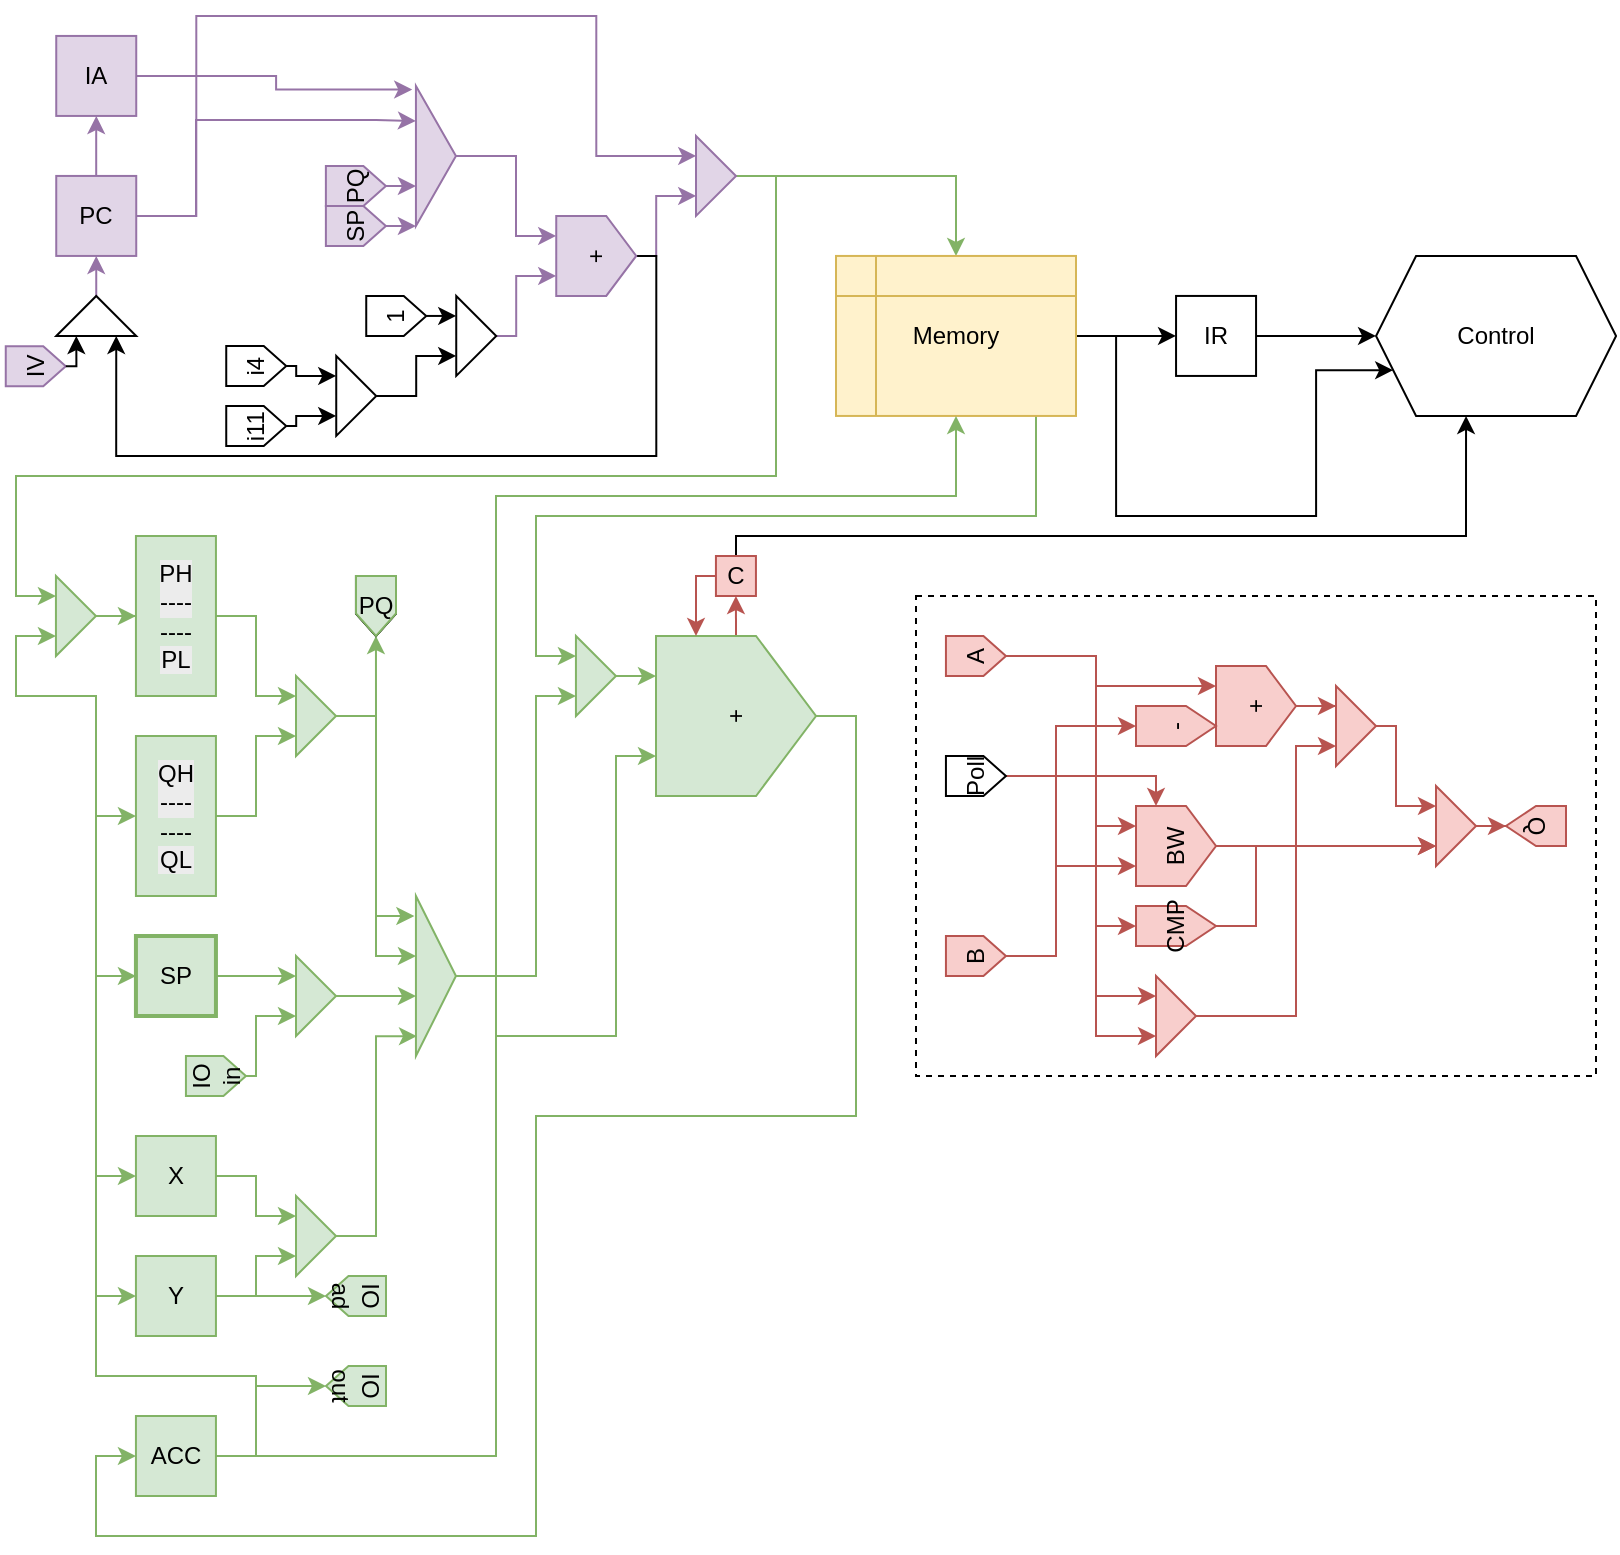
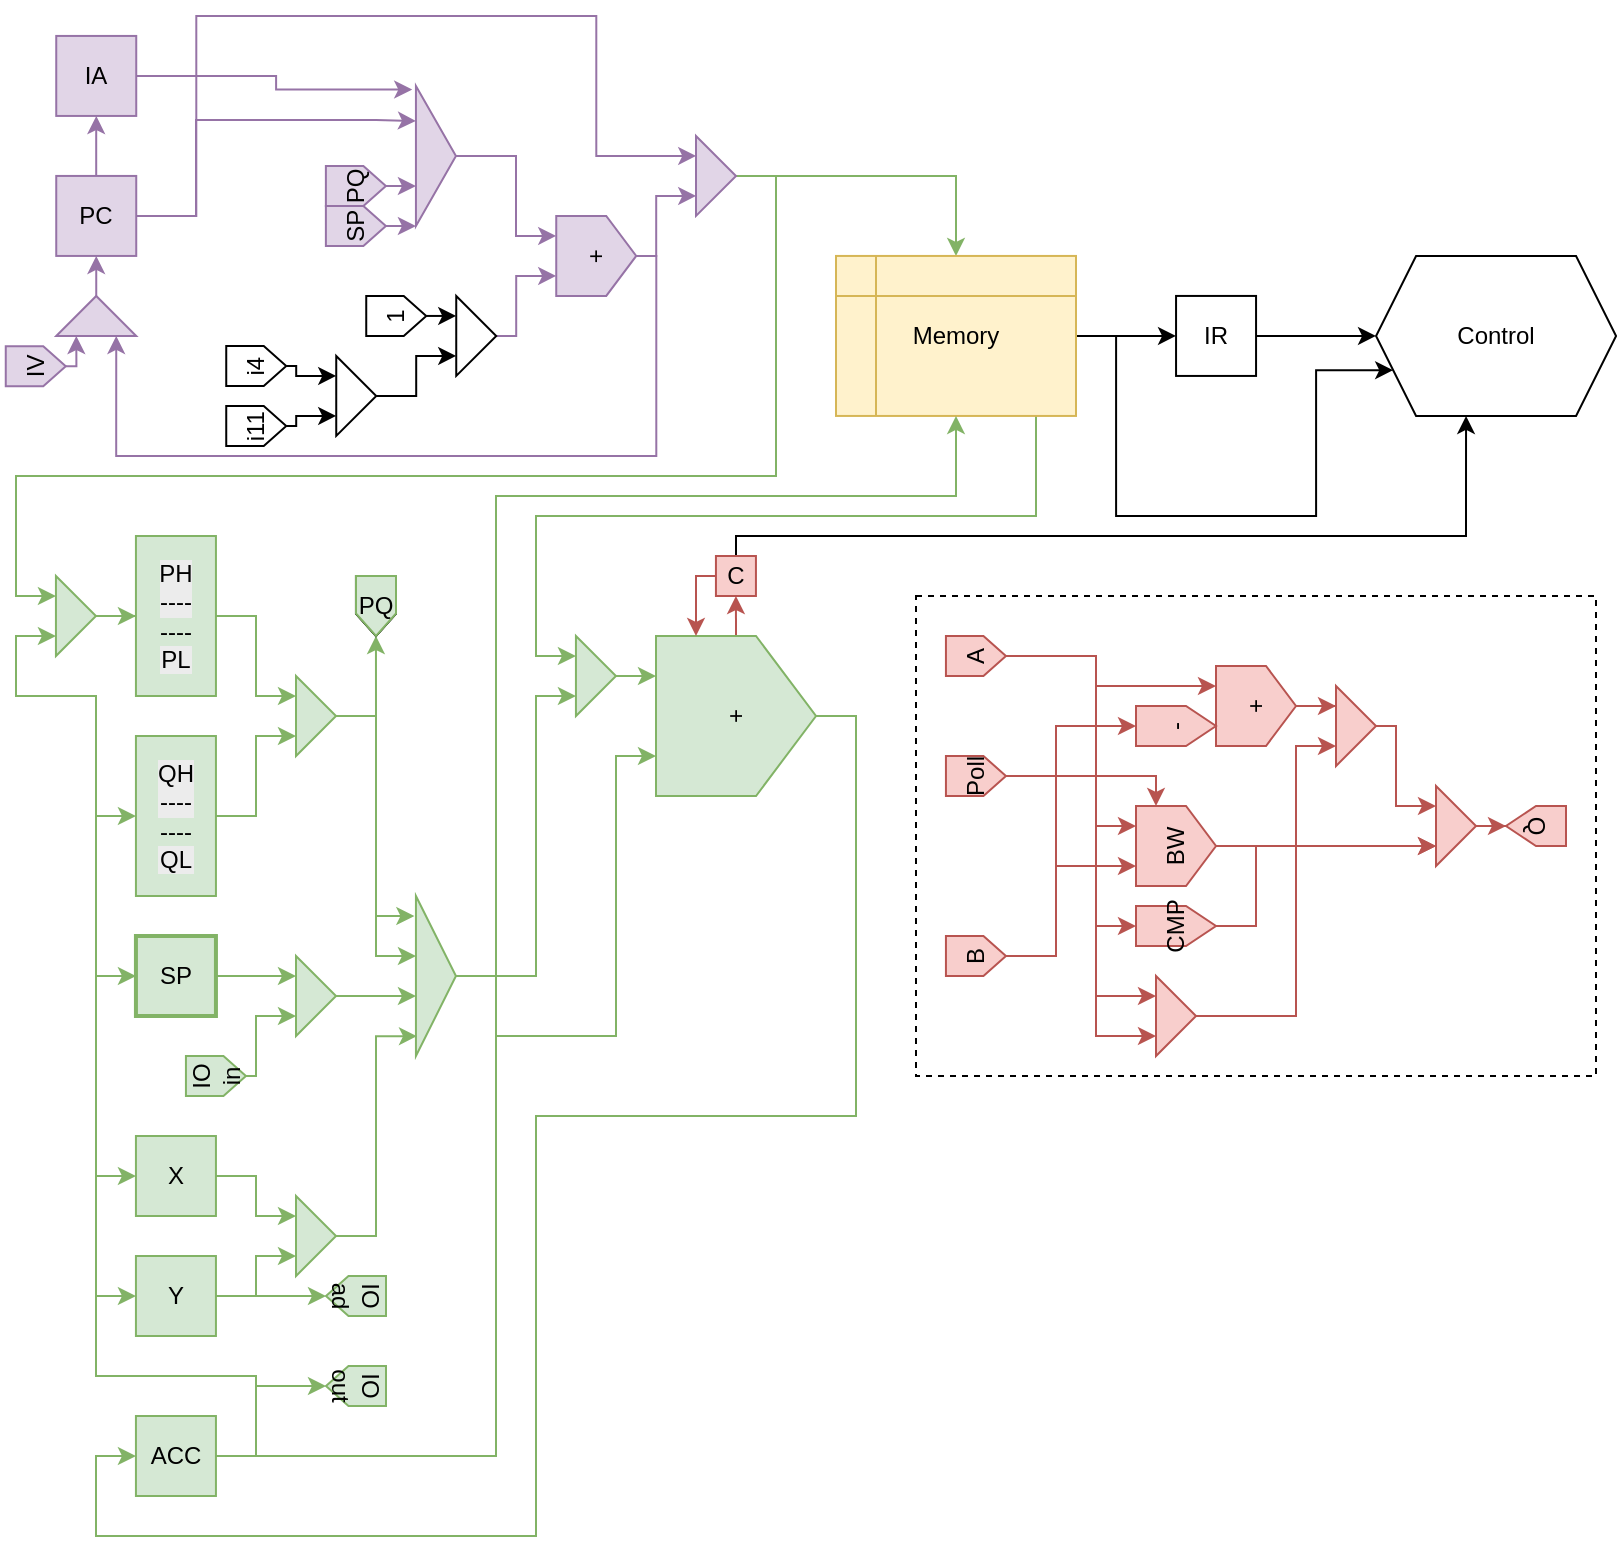
<mxfile host="Electron" agent="Mozilla/5.0 (X11; Linux x86_64) AppleWebKit/537.36 (KHTML, like Gecko) draw.io/29.3.0 Chrome/140.0.7339.249 Electron/38.7.2 Safari/537.36">
  <diagram name="Page-1" id="0T1cLrqxyrK2IeihXZ0G">
-     <mxGraphModel dx="1178" dy="798" grid="1" gridSize="10" guides="1" tooltips="1" connect="1" arrows="1" fold="1" page="1" pageScale="1" pageWidth="850" pageHeight="1100" math="0" shadow="0">
+     <mxGraphModel dx="673" dy="724" grid="1" gridSize="10" guides="1" tooltips="1" connect="1" arrows="1" fold="1" page="1" pageScale="1" pageWidth="850" pageHeight="1100" math="0" shadow="0">
      <root>
        <mxCell id="0" />
        <mxCell id="1" parent="0" />
        <mxCell id="RSVoAMM-YCQZnjBwv_DF-35" parent="1" style="rounded=0;whiteSpace=wrap;html=1;dashed=1;fillColor=none;" value="" vertex="1">
          <mxGeometry height="240" width="340" x="490" y="310" as="geometry" />
        </mxCell>
        <mxCell id="1icYn6jTHXc3_Vs5W4Qy-4" edge="1" parent="1" source="1icYn6jTHXc3_Vs5W4Qy-2" style="edgeStyle=orthogonalEdgeStyle;rounded=0;orthogonalLoop=1;jettySize=auto;html=1;fillColor=#e1d5e7;strokeColor=#9673a6;">
          <mxGeometry relative="1" as="geometry">
            <mxPoint x="80.15" y="70" as="targetPoint" />
          </mxGeometry>
        </mxCell>
        <mxCell id="-Gi4aZ1G2hrnsYfgi-0J-2" edge="1" parent="1" source="1icYn6jTHXc3_Vs5W4Qy-2" style="edgeStyle=orthogonalEdgeStyle;rounded=0;orthogonalLoop=1;jettySize=auto;html=1;exitX=1;exitY=0.5;exitDx=0;exitDy=0;entryX=0;entryY=0.25;entryDx=0;entryDy=0;fillColor=#e1d5e7;strokeColor=#9673a6;" target="-Gi4aZ1G2hrnsYfgi-0J-6">
          <mxGeometry relative="1" as="geometry">
            <Array as="points">
              <mxPoint x="130" y="120" />
              <mxPoint x="130" y="72" />
              <mxPoint x="220" y="72" />
            </Array>
            <mxPoint x="200.12" y="69.97000000000003" as="targetPoint" />
          </mxGeometry>
        </mxCell>
        <mxCell id="1icYn6jTHXc3_Vs5W4Qy-2" parent="1" style="whiteSpace=wrap;html=1;aspect=fixed;fillColor=#e1d5e7;strokeColor=#9673a6;" value="PC" vertex="1">
          <mxGeometry height="40" width="40" x="60.12" y="99.97" as="geometry" />
        </mxCell>
        <mxCell id="-Gi4aZ1G2hrnsYfgi-0J-3" edge="1" parent="1" source="1icYn6jTHXc3_Vs5W4Qy-3" style="edgeStyle=orthogonalEdgeStyle;rounded=0;orthogonalLoop=1;jettySize=auto;html=1;exitX=1;exitY=0.5;exitDx=0;exitDy=0;entryX=-0.093;entryY=0.026;entryDx=0;entryDy=0;entryPerimeter=0;fillColor=#e1d5e7;strokeColor=#9673a6;" target="-Gi4aZ1G2hrnsYfgi-0J-6">
          <mxGeometry relative="1" as="geometry">
            <mxPoint x="200.12" y="49.97000000000003" as="targetPoint" />
          </mxGeometry>
        </mxCell>
        <mxCell id="1icYn6jTHXc3_Vs5W4Qy-3" parent="1" style="whiteSpace=wrap;html=1;aspect=fixed;fillColor=#e1d5e7;strokeColor=#9673a6;" value="IA" vertex="1">
          <mxGeometry height="40" width="40" x="60.12" y="29.97" as="geometry" />
        </mxCell>
        <mxCell id="1icYn6jTHXc3_Vs5W4Qy-6" edge="1" parent="1" source="RSVoAMM-YCQZnjBwv_DF-5" style="edgeStyle=orthogonalEdgeStyle;rounded=0;orthogonalLoop=1;jettySize=auto;html=1;entryX=0.5;entryY=1;entryDx=0;entryDy=0;exitX=1;exitY=0.5;exitDx=0;exitDy=0;fillColor=#e1d5e7;strokeColor=#9673a6;" target="1icYn6jTHXc3_Vs5W4Qy-2">
          <mxGeometry relative="1" as="geometry">
            <mxPoint x="80.13000500250135" y="159.97500250125063" as="sourcePoint" />
          </mxGeometry>
        </mxCell>
        <mxCell id="1icYn6jTHXc3_Vs5W4Qy-13" edge="1" parent="1" source="-Gi4aZ1G2hrnsYfgi-0J-6" style="edgeStyle=orthogonalEdgeStyle;rounded=0;orthogonalLoop=1;jettySize=auto;html=1;entryX=0.75;entryY=0;entryDx=0;entryDy=0;fillColor=#e1d5e7;strokeColor=#9673a6;exitX=1;exitY=0.5;exitDx=0;exitDy=0;" target="1icYn6jTHXc3_Vs5W4Qy-12">
          <mxGeometry relative="1" as="geometry">
            <Array as="points">
              <mxPoint x="260" y="90" />
              <mxPoint x="290" y="90" />
              <mxPoint x="290" y="130" />
            </Array>
            <mxPoint x="280.0899999999999" y="90" as="sourcePoint" />
          </mxGeometry>
        </mxCell>
        <mxCell id="1icYn6jTHXc3_Vs5W4Qy-33" edge="1" parent="1" source="1icYn6jTHXc3_Vs5W4Qy-2" style="edgeStyle=orthogonalEdgeStyle;rounded=0;orthogonalLoop=1;jettySize=auto;html=1;exitX=1;exitY=0.5;exitDx=0;exitDy=0;entryX=0;entryY=0.25;entryDx=0;entryDy=0;fillColor=#e1d5e7;strokeColor=#9673a6;">
          <mxGeometry relative="1" as="geometry">
            <Array as="points">
              <mxPoint x="130.15" y="120" />
              <mxPoint x="130.15" y="20" />
              <mxPoint x="330.15" y="20" />
              <mxPoint x="330.15" y="90" />
            </Array>
            <mxPoint x="380.12" y="89.97000000000003" as="targetPoint" />
          </mxGeometry>
        </mxCell>
        <mxCell id="1icYn6jTHXc3_Vs5W4Qy-32" edge="1" parent="1" source="1icYn6jTHXc3_Vs5W4Qy-12" style="edgeStyle=orthogonalEdgeStyle;rounded=0;orthogonalLoop=1;jettySize=auto;html=1;entryX=0;entryY=0.75;entryDx=0;entryDy=0;fillColor=#e1d5e7;strokeColor=#9673a6;">
          <mxGeometry relative="1" as="geometry">
            <Array as="points">
              <mxPoint x="360.12" y="139.97" />
              <mxPoint x="360.12" y="109.97" />
            </Array>
            <mxPoint x="380.12" y="109.97000000000003" as="targetPoint" />
          </mxGeometry>
        </mxCell>
-         <mxCell id="-Gi4aZ1G2hrnsYfgi-0J-4" edge="1" parent="1" source="1icYn6jTHXc3_Vs5W4Qy-12" style="edgeStyle=orthogonalEdgeStyle;rounded=0;orthogonalLoop=1;jettySize=auto;html=1;exitX=0.5;exitY=1;exitDx=0;exitDy=0;entryX=0;entryY=0.75;entryDx=0;entryDy=0;" target="RSVoAMM-YCQZnjBwv_DF-5">
+         <mxCell id="-Gi4aZ1G2hrnsYfgi-0J-4" edge="1" parent="1" source="1icYn6jTHXc3_Vs5W4Qy-12" style="edgeStyle=orthogonalEdgeStyle;rounded=0;orthogonalLoop=1;jettySize=auto;html=1;exitX=0.5;exitY=1;exitDx=0;exitDy=0;entryX=0;entryY=0.75;entryDx=0;entryDy=0;fillColor=#e1d5e7;strokeColor=#9673a6;" target="RSVoAMM-YCQZnjBwv_DF-5">
          <mxGeometry relative="1" as="geometry">
            <Array as="points">
              <mxPoint x="360.15" y="140" />
              <mxPoint x="360.15" y="240" />
              <mxPoint x="90.15" y="240" />
            </Array>
          </mxGeometry>
        </mxCell>
        <mxCell id="1icYn6jTHXc3_Vs5W4Qy-12" parent="1" style="shape=offPageConnector;whiteSpace=wrap;html=1;rotation=-90;fillColor=#e1d5e7;strokeColor=#9673a6;" value="+" vertex="1">
          <mxGeometry height="40" width="40" x="310.12" y="119.97" as="geometry" />
        </mxCell>
        <mxCell id="1icYn6jTHXc3_Vs5W4Qy-15" edge="1" parent="1" source="1icYn6jTHXc3_Vs5W4Qy-14" style="edgeStyle=orthogonalEdgeStyle;rounded=0;orthogonalLoop=1;jettySize=auto;html=1;exitX=0.5;exitY=1;exitDx=0;exitDy=0;entryX=0;entryY=0.25;entryDx=0;entryDy=0;fillColor=#e1d5e7;strokeColor=#9673a6;">
          <mxGeometry relative="1" as="geometry">
            <mxPoint x="239.97" y="105" as="targetPoint" />
          </mxGeometry>
        </mxCell>
        <mxCell id="1icYn6jTHXc3_Vs5W4Qy-14" parent="1" style="shape=offPageConnector;whiteSpace=wrap;html=1;rotation=-90;fillColor=#e1d5e7;strokeColor=#9673a6;" value="PQ" vertex="1">
          <mxGeometry height="30" width="20" x="199.94" y="89.97" as="geometry" />
        </mxCell>
        <mxCell id="1icYn6jTHXc3_Vs5W4Qy-17" edge="1" parent="1" source="1icYn6jTHXc3_Vs5W4Qy-16" style="edgeStyle=orthogonalEdgeStyle;rounded=0;orthogonalLoop=1;jettySize=auto;html=1;exitX=0.5;exitY=1;exitDx=0;exitDy=0;entryX=0;entryY=0.75;entryDx=0;entryDy=0;fillColor=#e1d5e7;strokeColor=#9673a6;">
          <mxGeometry relative="1" as="geometry">
            <mxPoint x="239.97" y="125" as="targetPoint" />
          </mxGeometry>
        </mxCell>
        <mxCell id="1icYn6jTHXc3_Vs5W4Qy-16" parent="1" style="shape=offPageConnector;whiteSpace=wrap;html=1;rotation=-90;fillColor=#e1d5e7;strokeColor=#9673a6;" value="SP" vertex="1">
          <mxGeometry height="30" width="20" x="199.94" y="109.97" as="geometry" />
        </mxCell>
        <mxCell id="1icYn6jTHXc3_Vs5W4Qy-19" edge="1" parent="1" source="1icYn6jTHXc3_Vs5W4Qy-18" style="edgeStyle=orthogonalEdgeStyle;rounded=0;orthogonalLoop=1;jettySize=auto;html=1;entryX=0.25;entryY=0;entryDx=0;entryDy=0;fillColor=#e1d5e7;strokeColor=#9673a6;" target="1icYn6jTHXc3_Vs5W4Qy-12">
          <mxGeometry relative="1" as="geometry">
            <Array as="points">
              <mxPoint x="290.12" y="179.97" />
              <mxPoint x="290.12" y="149.97" />
            </Array>
          </mxGeometry>
        </mxCell>
        <mxCell id="1icYn6jTHXc3_Vs5W4Qy-18" parent="1" style="triangle;whiteSpace=wrap;html=1;" value="" vertex="1">
          <mxGeometry height="40" width="20" x="260.12" y="159.97" as="geometry" />
        </mxCell>
        <mxCell id="1icYn6jTHXc3_Vs5W4Qy-21" edge="1" parent="1" source="1icYn6jTHXc3_Vs5W4Qy-20" style="edgeStyle=orthogonalEdgeStyle;rounded=0;orthogonalLoop=1;jettySize=auto;html=1;exitX=0.5;exitY=1;exitDx=0;exitDy=0;entryX=0;entryY=0.25;entryDx=0;entryDy=0;" target="1icYn6jTHXc3_Vs5W4Qy-18">
          <mxGeometry relative="1" as="geometry" />
        </mxCell>
        <mxCell id="1icYn6jTHXc3_Vs5W4Qy-20" parent="1" style="shape=offPageConnector;whiteSpace=wrap;html=1;rotation=-90;" value="1" vertex="1">
          <mxGeometry height="30" width="20" x="220.12" y="154.97" as="geometry" />
        </mxCell>
        <mxCell id="1icYn6jTHXc3_Vs5W4Qy-24" edge="1" parent="1" source="1icYn6jTHXc3_Vs5W4Qy-23" style="edgeStyle=orthogonalEdgeStyle;rounded=0;orthogonalLoop=1;jettySize=auto;html=1;entryX=0;entryY=0.75;entryDx=0;entryDy=0;" target="1icYn6jTHXc3_Vs5W4Qy-18">
          <mxGeometry relative="1" as="geometry" />
        </mxCell>
        <mxCell id="1icYn6jTHXc3_Vs5W4Qy-23" parent="1" style="triangle;whiteSpace=wrap;html=1;" value="" vertex="1">
          <mxGeometry height="40" width="20" x="200.12" y="189.97" as="geometry" />
        </mxCell>
        <mxCell id="1icYn6jTHXc3_Vs5W4Qy-26" edge="1" parent="1" source="1icYn6jTHXc3_Vs5W4Qy-25" style="edgeStyle=orthogonalEdgeStyle;rounded=0;orthogonalLoop=1;jettySize=auto;html=1;">
          <mxGeometry relative="1" as="geometry">
            <Array as="points">
              <mxPoint x="180.12" y="194.97" />
              <mxPoint x="180.12" y="199.97" />
            </Array>
            <mxPoint x="200.12" y="199.97" as="targetPoint" />
          </mxGeometry>
        </mxCell>
        <mxCell id="1icYn6jTHXc3_Vs5W4Qy-25" parent="1" style="shape=offPageConnector;whiteSpace=wrap;html=1;rotation=-90;" value="i4" vertex="1">
          <mxGeometry height="30" width="20" x="150.12" y="179.97" as="geometry" />
        </mxCell>
        <mxCell id="1icYn6jTHXc3_Vs5W4Qy-28" edge="1" parent="1" source="1icYn6jTHXc3_Vs5W4Qy-27" style="edgeStyle=orthogonalEdgeStyle;rounded=0;orthogonalLoop=1;jettySize=auto;html=1;entryX=0;entryY=0.75;entryDx=0;entryDy=0;" target="1icYn6jTHXc3_Vs5W4Qy-23">
          <mxGeometry relative="1" as="geometry">
            <Array as="points">
              <mxPoint x="180.12" y="224.97" />
              <mxPoint x="180.12" y="219.97" />
            </Array>
          </mxGeometry>
        </mxCell>
        <mxCell id="1icYn6jTHXc3_Vs5W4Qy-27" parent="1" style="shape=offPageConnector;whiteSpace=wrap;html=1;rotation=-90;" value="i11" vertex="1">
          <mxGeometry height="30" width="20" x="150.12" y="209.97" as="geometry" />
        </mxCell>
        <mxCell id="1icYn6jTHXc3_Vs5W4Qy-29" parent="1" style="shape=offPageConnector;whiteSpace=wrap;html=1;rotation=-90;fillColor=#e1d5e7;strokeColor=#9673a6;" value="IV" vertex="1">
          <mxGeometry height="30" width="20" x="39.88" y="180.09" as="geometry" />
        </mxCell>
-         <mxCell id="1icYn6jTHXc3_Vs5W4Qy-30" edge="1" parent="1" source="1icYn6jTHXc3_Vs5W4Qy-29" style="edgeStyle=orthogonalEdgeStyle;rounded=0;orthogonalLoop=1;jettySize=auto;html=1;">
+         <mxCell id="1icYn6jTHXc3_Vs5W4Qy-30" edge="1" parent="1" source="1icYn6jTHXc3_Vs5W4Qy-29" style="edgeStyle=orthogonalEdgeStyle;rounded=0;orthogonalLoop=1;jettySize=auto;html=1;fillColor=#e1d5e7;strokeColor=#9673a6;">
          <mxGeometry relative="1" as="geometry">
            <Array as="points">
              <mxPoint x="69.91" y="195.12" />
            </Array>
            <mxPoint x="70.15" y="180" as="targetPoint" />
          </mxGeometry>
        </mxCell>
        <mxCell id="1icYn6jTHXc3_Vs5W4Qy-37" edge="1" parent="1" source="1icYn6jTHXc3_Vs5W4Qy-31" style="edgeStyle=orthogonalEdgeStyle;rounded=0;orthogonalLoop=1;jettySize=auto;html=1;fillColor=#d5e8d4;strokeColor=#82b366;" target="1icYn6jTHXc3_Vs5W4Qy-36">
          <mxGeometry relative="1" as="geometry">
            <Array as="points">
              <mxPoint x="510" y="99.97" />
            </Array>
          </mxGeometry>
        </mxCell>
        <mxCell id="-Gi4aZ1G2hrnsYfgi-0J-5" edge="1" parent="1" source="1icYn6jTHXc3_Vs5W4Qy-31" style="edgeStyle=orthogonalEdgeStyle;rounded=0;orthogonalLoop=1;jettySize=auto;html=1;entryX=0;entryY=0.25;entryDx=0;entryDy=0;fillColor=#d5e8d4;strokeColor=#82b366;" target="1icYn6jTHXc3_Vs5W4Qy-49">
          <mxGeometry relative="1" as="geometry">
            <Array as="points">
              <mxPoint x="420" y="100" />
              <mxPoint x="420" y="250" />
              <mxPoint x="40" y="250" />
              <mxPoint x="40" y="310" />
            </Array>
          </mxGeometry>
        </mxCell>
        <mxCell id="1icYn6jTHXc3_Vs5W4Qy-31" parent="1" style="triangle;whiteSpace=wrap;html=1;fillColor=#e1d5e7;strokeColor=#9673a6;" value="" vertex="1">
          <mxGeometry height="40" width="20" x="380" y="79.97" as="geometry" />
        </mxCell>
        <mxCell id="1icYn6jTHXc3_Vs5W4Qy-39" edge="1" parent="1" source="1icYn6jTHXc3_Vs5W4Qy-36" style="edgeStyle=orthogonalEdgeStyle;rounded=0;orthogonalLoop=1;jettySize=auto;html=1;entryX=0;entryY=0.5;entryDx=0;entryDy=0;" target="1icYn6jTHXc3_Vs5W4Qy-38">
          <mxGeometry relative="1" as="geometry" />
        </mxCell>
        <mxCell id="1icYn6jTHXc3_Vs5W4Qy-41" edge="1" parent="1" source="1icYn6jTHXc3_Vs5W4Qy-36" style="edgeStyle=orthogonalEdgeStyle;rounded=0;orthogonalLoop=1;jettySize=auto;html=1;exitX=1;exitY=0.5;exitDx=0;exitDy=0;entryX=0;entryY=0.75;entryDx=0;entryDy=0;" target="1icYn6jTHXc3_Vs5W4Qy-40">
          <mxGeometry relative="1" as="geometry">
            <Array as="points">
              <mxPoint x="590.03" y="180" />
              <mxPoint x="590.03" y="270" />
              <mxPoint x="690.03" y="270" />
              <mxPoint x="690.03" y="197" />
            </Array>
          </mxGeometry>
        </mxCell>
        <mxCell id="1icYn6jTHXc3_Vs5W4Qy-92" edge="1" parent="1" source="1icYn6jTHXc3_Vs5W4Qy-36" style="edgeStyle=orthogonalEdgeStyle;rounded=0;orthogonalLoop=1;jettySize=auto;html=1;exitX=1;exitY=0.5;exitDx=0;exitDy=0;entryX=0;entryY=0.25;entryDx=0;entryDy=0;fillColor=#d5e8d4;strokeColor=#82b366;" target="1icYn6jTHXc3_Vs5W4Qy-89">
          <mxGeometry relative="1" as="geometry">
            <Array as="points">
              <mxPoint x="550" y="180" />
              <mxPoint x="550" y="270" />
              <mxPoint x="300" y="270" />
              <mxPoint x="300" y="340" />
            </Array>
          </mxGeometry>
        </mxCell>
        <mxCell id="1icYn6jTHXc3_Vs5W4Qy-36" parent="1" style="shape=internalStorage;whiteSpace=wrap;html=1;backgroundOutline=1;fillColor=#fff2cc;strokeColor=#d6b656;" value="Memory" vertex="1">
          <mxGeometry height="80" width="120" x="450" y="139.97" as="geometry" />
        </mxCell>
        <mxCell id="1icYn6jTHXc3_Vs5W4Qy-43" edge="1" parent="1" source="1icYn6jTHXc3_Vs5W4Qy-38" style="edgeStyle=orthogonalEdgeStyle;rounded=0;orthogonalLoop=1;jettySize=auto;html=1;entryX=0;entryY=0.5;entryDx=0;entryDy=0;" target="1icYn6jTHXc3_Vs5W4Qy-40">
          <mxGeometry relative="1" as="geometry" />
        </mxCell>
        <mxCell id="1icYn6jTHXc3_Vs5W4Qy-38" parent="1" style="whiteSpace=wrap;html=1;aspect=fixed;" value="IR" vertex="1">
          <mxGeometry height="40" width="40" x="620.03" y="159.97" as="geometry" />
        </mxCell>
        <mxCell id="1icYn6jTHXc3_Vs5W4Qy-40" parent="1" style="shape=hexagon;perimeter=hexagonPerimeter2;whiteSpace=wrap;html=1;fixedSize=1;" value="Control" vertex="1">
          <mxGeometry height="80" width="120" x="720.03" y="139.97" as="geometry" />
        </mxCell>
        <mxCell id="1icYn6jTHXc3_Vs5W4Qy-55" edge="1" parent="1" source="1icYn6jTHXc3_Vs5W4Qy-47" style="edgeStyle=orthogonalEdgeStyle;rounded=0;orthogonalLoop=1;jettySize=auto;html=1;exitX=1;exitY=0.5;exitDx=0;exitDy=0;entryX=0;entryY=0.25;entryDx=0;entryDy=0;fillColor=#d5e8d4;strokeColor=#82b366;" target="1icYn6jTHXc3_Vs5W4Qy-54">
          <mxGeometry relative="1" as="geometry">
            <Array as="points">
              <mxPoint x="160" y="320" />
              <mxPoint x="160" y="360" />
            </Array>
          </mxGeometry>
        </mxCell>
        <mxCell id="1icYn6jTHXc3_Vs5W4Qy-47" parent="1" style="rounded=0;whiteSpace=wrap;html=1;fillColor=#d5e8d4;strokeColor=#82b366;" value="&lt;span style=&quot;color: rgb(0, 0, 0); font-family: Helvetica; font-size: 12px; font-style: normal; font-variant-ligatures: normal; font-variant-caps: normal; font-weight: 400; letter-spacing: normal; orphans: 2; text-align: center; text-indent: 0px; text-transform: none; widows: 2; word-spacing: 0px; -webkit-text-stroke-width: 0px; white-space: normal; background-color: rgb(236, 236, 236); text-decoration-thickness: initial; text-decoration-style: initial; text-decoration-color: initial; display: inline !important; float: none;&quot;&gt;PH&lt;/span&gt;&lt;div style=&quot;forced-color-adjust: none; color: rgb(0, 0, 0); font-family: Helvetica; font-size: 12px; font-style: normal; font-variant-ligatures: normal; font-variant-caps: normal; font-weight: 400; letter-spacing: normal; orphans: 2; text-align: center; text-indent: 0px; text-transform: none; widows: 2; word-spacing: 0px; -webkit-text-stroke-width: 0px; white-space: normal; background-color: rgb(236, 236, 236); text-decoration-thickness: initial; text-decoration-style: initial; text-decoration-color: initial;&quot;&gt;----&lt;/div&gt;----&lt;div style=&quot;forced-color-adjust: none; color: rgb(0, 0, 0); font-family: Helvetica; font-size: 12px; font-style: normal; font-variant-ligatures: normal; font-variant-caps: normal; font-weight: 400; letter-spacing: normal; orphans: 2; text-align: center; text-indent: 0px; text-transform: none; widows: 2; word-spacing: 0px; -webkit-text-stroke-width: 0px; white-space: normal; background-color: rgb(236, 236, 236); text-decoration-thickness: initial; text-decoration-style: initial; text-decoration-color: initial;&quot;&gt;PL&lt;/div&gt;" vertex="1">
          <mxGeometry height="80" width="40" x="99.97" y="280" as="geometry" />
        </mxCell>
        <mxCell id="1icYn6jTHXc3_Vs5W4Qy-50" edge="1" parent="1" source="1icYn6jTHXc3_Vs5W4Qy-49" style="edgeStyle=orthogonalEdgeStyle;rounded=0;orthogonalLoop=1;jettySize=auto;html=1;entryX=0;entryY=0.5;entryDx=0;entryDy=0;fillColor=#d5e8d4;strokeColor=#82b366;" target="1icYn6jTHXc3_Vs5W4Qy-47">
          <mxGeometry relative="1" as="geometry" />
        </mxCell>
        <mxCell id="1icYn6jTHXc3_Vs5W4Qy-49" parent="1" style="triangle;whiteSpace=wrap;html=1;fillColor=#d5e8d4;strokeColor=#82b366;" value="" vertex="1">
          <mxGeometry height="40" width="20" x="59.97" y="300" as="geometry" />
        </mxCell>
        <mxCell id="1icYn6jTHXc3_Vs5W4Qy-56" edge="1" parent="1" source="1icYn6jTHXc3_Vs5W4Qy-53" style="edgeStyle=orthogonalEdgeStyle;rounded=0;orthogonalLoop=1;jettySize=auto;html=1;entryX=0;entryY=0.75;entryDx=0;entryDy=0;fillColor=#d5e8d4;strokeColor=#82b366;" target="1icYn6jTHXc3_Vs5W4Qy-54">
          <mxGeometry relative="1" as="geometry" />
        </mxCell>
        <mxCell id="1icYn6jTHXc3_Vs5W4Qy-53" parent="1" style="rounded=0;whiteSpace=wrap;html=1;fillColor=#d5e8d4;strokeColor=#82b366;" value="&lt;span style=&quot;color: rgb(0, 0, 0); font-family: Helvetica; font-size: 12px; font-style: normal; font-variant-ligatures: normal; font-variant-caps: normal; font-weight: 400; letter-spacing: normal; orphans: 2; text-align: center; text-indent: 0px; text-transform: none; widows: 2; word-spacing: 0px; -webkit-text-stroke-width: 0px; white-space: normal; background-color: rgb(236, 236, 236); text-decoration-thickness: initial; text-decoration-style: initial; text-decoration-color: initial; display: inline !important; float: none;&quot;&gt;QH&lt;/span&gt;&lt;div style=&quot;forced-color-adjust: none; color: rgb(0, 0, 0); font-family: Helvetica; font-size: 12px; font-style: normal; font-variant-ligatures: normal; font-variant-caps: normal; font-weight: 400; letter-spacing: normal; orphans: 2; text-align: center; text-indent: 0px; text-transform: none; widows: 2; word-spacing: 0px; -webkit-text-stroke-width: 0px; white-space: normal; background-color: rgb(236, 236, 236); text-decoration-thickness: initial; text-decoration-style: initial; text-decoration-color: initial;&quot;&gt;----&lt;/div&gt;----&lt;div style=&quot;forced-color-adjust: none; color: rgb(0, 0, 0); font-family: Helvetica; font-size: 12px; font-style: normal; font-variant-ligatures: normal; font-variant-caps: normal; font-weight: 400; letter-spacing: normal; orphans: 2; text-align: center; text-indent: 0px; text-transform: none; widows: 2; word-spacing: 0px; -webkit-text-stroke-width: 0px; white-space: normal; background-color: rgb(236, 236, 236); text-decoration-thickness: initial; text-decoration-style: initial; text-decoration-color: initial;&quot;&gt;QL&lt;/div&gt;" vertex="1">
          <mxGeometry height="80" width="40" x="99.97" y="380" as="geometry" />
        </mxCell>
        <mxCell id="1icYn6jTHXc3_Vs5W4Qy-57" edge="1" parent="1" source="1icYn6jTHXc3_Vs5W4Qy-54" style="edgeStyle=orthogonalEdgeStyle;rounded=0;orthogonalLoop=1;jettySize=auto;html=1;entryX=0.5;entryY=1;entryDx=0;entryDy=0;fillColor=#d5e8d4;strokeColor=#82b366;" target="1icYn6jTHXc3_Vs5W4Qy-59">
          <mxGeometry relative="1" as="geometry">
            <mxPoint x="220" y="330" as="targetPoint" />
          </mxGeometry>
        </mxCell>
        <mxCell id="1icYn6jTHXc3_Vs5W4Qy-54" parent="1" style="triangle;whiteSpace=wrap;html=1;fillColor=#d5e8d4;strokeColor=#82b366;" value="" vertex="1">
          <mxGeometry height="40" width="20" x="180" y="350" as="geometry" />
        </mxCell>
        <mxCell id="1icYn6jTHXc3_Vs5W4Qy-59" parent="1" style="shape=offPageConnector;whiteSpace=wrap;html=1;rotation=0;" value="PQ" vertex="1">
          <mxGeometry height="30" width="20" x="209.97000000000003" y="300" as="geometry" />
        </mxCell>
        <mxCell id="1icYn6jTHXc3_Vs5W4Qy-91" edge="1" parent="1" source="1icYn6jTHXc3_Vs5W4Qy-60" style="edgeStyle=orthogonalEdgeStyle;rounded=0;orthogonalLoop=1;jettySize=auto;html=1;entryX=0;entryY=0.75;entryDx=0;entryDy=0;fillColor=#d5e8d4;strokeColor=#82b366;" target="1icYn6jTHXc3_Vs5W4Qy-89">
          <mxGeometry relative="1" as="geometry">
            <Array as="points">
              <mxPoint x="300" y="500" />
              <mxPoint x="300" y="360" />
            </Array>
          </mxGeometry>
        </mxCell>
        <mxCell id="1icYn6jTHXc3_Vs5W4Qy-60" parent="1" style="triangle;whiteSpace=wrap;html=1;rotation=0;fillColor=#d5e8d4;strokeColor=#82b366;" value="" vertex="1">
          <mxGeometry height="80" width="20" x="239.97000000000003" y="460" as="geometry" />
        </mxCell>
        <mxCell id="1icYn6jTHXc3_Vs5W4Qy-63" edge="1" parent="1" source="1icYn6jTHXc3_Vs5W4Qy-61" style="edgeStyle=orthogonalEdgeStyle;rounded=0;orthogonalLoop=1;jettySize=auto;html=1;entryX=0;entryY=0.25;entryDx=0;entryDy=0;fillColor=#d5e8d4;strokeColor=#82b366;" target="1icYn6jTHXc3_Vs5W4Qy-62">
          <mxGeometry relative="1" as="geometry" />
        </mxCell>
        <mxCell id="1icYn6jTHXc3_Vs5W4Qy-61" parent="1" style="whiteSpace=wrap;html=1;aspect=fixed;strokeWidth=2;fillColor=#d5e8d4;strokeColor=#82b366;" value="SP" vertex="1">
          <mxGeometry height="40" width="40" x="99.97" y="480" as="geometry" />
        </mxCell>
        <mxCell id="1icYn6jTHXc3_Vs5W4Qy-62" parent="1" style="triangle;whiteSpace=wrap;html=1;fillColor=#d5e8d4;strokeColor=#82b366;" value="" vertex="1">
          <mxGeometry height="40" width="20" x="180" y="490" as="geometry" />
        </mxCell>
        <mxCell id="1icYn6jTHXc3_Vs5W4Qy-64" parent="1" style="shape=offPageConnector;whiteSpace=wrap;html=1;rotation=0;" value="PQ" vertex="1">
          <mxGeometry height="30" width="20" x="210" y="300" as="geometry" />
        </mxCell>
        <mxCell id="1icYn6jTHXc3_Vs5W4Qy-66" edge="1" parent="1" source="1icYn6jTHXc3_Vs5W4Qy-65" style="edgeStyle=orthogonalEdgeStyle;rounded=0;orthogonalLoop=1;jettySize=auto;html=1;entryX=0;entryY=0.75;entryDx=0;entryDy=0;fillColor=#d5e8d4;strokeColor=#82b366;" target="1icYn6jTHXc3_Vs5W4Qy-62">
          <mxGeometry relative="1" as="geometry">
            <Array as="points">
              <mxPoint x="160" y="550" />
              <mxPoint x="160" y="520" />
            </Array>
          </mxGeometry>
        </mxCell>
        <mxCell id="1icYn6jTHXc3_Vs5W4Qy-65" parent="1" style="shape=offPageConnector;whiteSpace=wrap;html=1;rotation=-90;fillColor=#d5e8d4;strokeColor=#82b366;" value="IO&lt;div&gt;in&lt;/div&gt;" vertex="1">
          <mxGeometry height="30" width="20" x="129.97000000000003" y="535" as="geometry" />
        </mxCell>
        <mxCell id="1icYn6jTHXc3_Vs5W4Qy-71" edge="1" parent="1" source="1icYn6jTHXc3_Vs5W4Qy-67" style="edgeStyle=orthogonalEdgeStyle;rounded=0;orthogonalLoop=1;jettySize=auto;html=1;exitX=1;exitY=0.5;exitDx=0;exitDy=0;entryX=0;entryY=0.25;entryDx=0;entryDy=0;fillColor=#d5e8d4;strokeColor=#82b366;" target="1icYn6jTHXc3_Vs5W4Qy-69">
          <mxGeometry relative="1" as="geometry" />
        </mxCell>
        <mxCell id="1icYn6jTHXc3_Vs5W4Qy-67" parent="1" style="whiteSpace=wrap;html=1;aspect=fixed;fillColor=#d5e8d4;strokeColor=#82b366;" value="X" vertex="1">
          <mxGeometry height="40" width="40" x="99.97" y="580" as="geometry" />
        </mxCell>
        <mxCell id="1icYn6jTHXc3_Vs5W4Qy-70" edge="1" parent="1" source="1icYn6jTHXc3_Vs5W4Qy-68" style="edgeStyle=orthogonalEdgeStyle;rounded=0;orthogonalLoop=1;jettySize=auto;html=1;entryX=0;entryY=0.75;entryDx=0;entryDy=0;fillColor=#d5e8d4;strokeColor=#82b366;" target="1icYn6jTHXc3_Vs5W4Qy-69">
          <mxGeometry relative="1" as="geometry" />
        </mxCell>
        <mxCell id="1icYn6jTHXc3_Vs5W4Qy-79" edge="1" parent="1" source="1icYn6jTHXc3_Vs5W4Qy-68" style="edgeStyle=orthogonalEdgeStyle;rounded=0;orthogonalLoop=1;jettySize=auto;html=1;exitX=1;exitY=0.5;exitDx=0;exitDy=0;entryX=0.5;entryY=1;entryDx=0;entryDy=0;fillColor=#d5e8d4;strokeColor=#82b366;" target="1icYn6jTHXc3_Vs5W4Qy-78">
          <mxGeometry relative="1" as="geometry" />
        </mxCell>
        <mxCell id="1icYn6jTHXc3_Vs5W4Qy-68" parent="1" style="whiteSpace=wrap;html=1;aspect=fixed;fillColor=#d5e8d4;strokeColor=#82b366;" value="Y" vertex="1">
          <mxGeometry height="40" width="40" x="99.97" y="640" as="geometry" />
        </mxCell>
        <mxCell id="1icYn6jTHXc3_Vs5W4Qy-69" parent="1" style="triangle;whiteSpace=wrap;html=1;fillColor=#d5e8d4;strokeColor=#82b366;" value="" vertex="1">
          <mxGeometry height="40" width="20" x="180" y="610" as="geometry" />
        </mxCell>
        <mxCell id="1icYn6jTHXc3_Vs5W4Qy-72" edge="1" parent="1" source="1icYn6jTHXc3_Vs5W4Qy-62" style="edgeStyle=orthogonalEdgeStyle;rounded=0;orthogonalLoop=1;jettySize=auto;html=1;entryX=0.001;entryY=0.625;entryDx=0;entryDy=0;entryPerimeter=0;fillColor=#d5e8d4;strokeColor=#82b366;" target="1icYn6jTHXc3_Vs5W4Qy-60">
          <mxGeometry relative="1" as="geometry" />
        </mxCell>
        <mxCell id="1icYn6jTHXc3_Vs5W4Qy-73" edge="1" parent="1" source="1icYn6jTHXc3_Vs5W4Qy-69" style="edgeStyle=orthogonalEdgeStyle;rounded=0;orthogonalLoop=1;jettySize=auto;html=1;entryX=0.026;entryY=0.876;entryDx=0;entryDy=0;entryPerimeter=0;fillColor=#d5e8d4;strokeColor=#82b366;" target="1icYn6jTHXc3_Vs5W4Qy-60">
          <mxGeometry relative="1" as="geometry">
            <Array as="points">
              <mxPoint x="220" y="630" />
              <mxPoint x="220" y="530" />
            </Array>
          </mxGeometry>
        </mxCell>
        <mxCell id="1icYn6jTHXc3_Vs5W4Qy-74" edge="1" parent="1" source="1icYn6jTHXc3_Vs5W4Qy-54" style="edgeStyle=orthogonalEdgeStyle;rounded=0;orthogonalLoop=1;jettySize=auto;html=1;exitX=1;exitY=0.5;exitDx=0;exitDy=0;entryX=-0.039;entryY=0.125;entryDx=0;entryDy=0;entryPerimeter=0;fillColor=#d5e8d4;strokeColor=#82b366;" target="1icYn6jTHXc3_Vs5W4Qy-60">
          <mxGeometry relative="1" as="geometry" />
        </mxCell>
        <mxCell id="1icYn6jTHXc3_Vs5W4Qy-75" edge="1" parent="1" source="1icYn6jTHXc3_Vs5W4Qy-54" style="edgeStyle=orthogonalEdgeStyle;rounded=0;orthogonalLoop=1;jettySize=auto;html=1;entryX=0.001;entryY=0.375;entryDx=0;entryDy=0;entryPerimeter=0;fillColor=#d5e8d4;strokeColor=#82b366;" target="1icYn6jTHXc3_Vs5W4Qy-60">
          <mxGeometry relative="1" as="geometry" />
        </mxCell>
        <mxCell id="1icYn6jTHXc3_Vs5W4Qy-101" edge="1" parent="1" source="1icYn6jTHXc3_Vs5W4Qy-76" style="edgeStyle=orthogonalEdgeStyle;rounded=0;orthogonalLoop=1;jettySize=auto;html=1;exitX=1;exitY=0.5;exitDx=0;exitDy=0;entryX=0.5;entryY=1;entryDx=0;entryDy=0;fillColor=#f8cecc;strokeColor=#b85450;" target="1icYn6jTHXc3_Vs5W4Qy-98">
          <mxGeometry relative="1" as="geometry">
            <Array as="points" />
          </mxGeometry>
        </mxCell>
        <mxCell id="1icYn6jTHXc3_Vs5W4Qy-102" edge="1" parent="1" source="1icYn6jTHXc3_Vs5W4Qy-76" style="edgeStyle=orthogonalEdgeStyle;rounded=0;orthogonalLoop=1;jettySize=auto;html=1;entryX=0;entryY=0.5;entryDx=0;entryDy=0;fillColor=#d5e8d4;strokeColor=#82b366;" target="1icYn6jTHXc3_Vs5W4Qy-77">
          <mxGeometry relative="1" as="geometry">
            <Array as="points">
              <mxPoint x="460" y="370" />
              <mxPoint x="460" y="570" />
              <mxPoint x="300" y="570" />
              <mxPoint x="300" y="780" />
              <mxPoint x="80" y="780" />
              <mxPoint x="80" y="740" />
            </Array>
          </mxGeometry>
        </mxCell>
        <mxCell id="1icYn6jTHXc3_Vs5W4Qy-76" parent="1" style="shape=offPageConnector;whiteSpace=wrap;html=1;rotation=-90;fillColor=#d5e8d4;strokeColor=#82b366;" value="+" vertex="1">
          <mxGeometry height="80" width="80" x="360" y="330" as="geometry" />
        </mxCell>
        <mxCell id="1icYn6jTHXc3_Vs5W4Qy-80" edge="1" parent="1" source="1icYn6jTHXc3_Vs5W4Qy-77" style="edgeStyle=orthogonalEdgeStyle;rounded=0;orthogonalLoop=1;jettySize=auto;html=1;entryX=0;entryY=0.5;entryDx=0;entryDy=0;fillColor=#d5e8d4;strokeColor=#82b366;" target="1icYn6jTHXc3_Vs5W4Qy-68">
          <mxGeometry relative="1" as="geometry">
            <Array as="points">
              <mxPoint x="160" y="740" />
              <mxPoint x="160" y="700" />
              <mxPoint x="80" y="700" />
              <mxPoint x="80" y="660" />
            </Array>
          </mxGeometry>
        </mxCell>
        <mxCell id="1icYn6jTHXc3_Vs5W4Qy-81" edge="1" parent="1" source="1icYn6jTHXc3_Vs5W4Qy-77" style="edgeStyle=orthogonalEdgeStyle;rounded=0;orthogonalLoop=1;jettySize=auto;html=1;exitX=1;exitY=0.5;exitDx=0;exitDy=0;entryX=0;entryY=0.5;entryDx=0;entryDy=0;fillColor=#d5e8d4;strokeColor=#82b366;" target="1icYn6jTHXc3_Vs5W4Qy-67">
          <mxGeometry relative="1" as="geometry">
            <Array as="points">
              <mxPoint x="160" y="740" />
              <mxPoint x="160" y="700" />
              <mxPoint x="80" y="700" />
              <mxPoint x="80" y="600" />
            </Array>
          </mxGeometry>
        </mxCell>
        <mxCell id="1icYn6jTHXc3_Vs5W4Qy-82" edge="1" parent="1" source="1icYn6jTHXc3_Vs5W4Qy-77" style="edgeStyle=orthogonalEdgeStyle;rounded=0;orthogonalLoop=1;jettySize=auto;html=1;exitX=1;exitY=0.5;exitDx=0;exitDy=0;entryX=0;entryY=0.5;entryDx=0;entryDy=0;fillColor=#d5e8d4;strokeColor=#82b366;" target="1icYn6jTHXc3_Vs5W4Qy-61">
          <mxGeometry relative="1" as="geometry">
            <Array as="points">
              <mxPoint x="160" y="740" />
              <mxPoint x="160" y="700" />
              <mxPoint x="80" y="700" />
              <mxPoint x="80" y="500" />
            </Array>
          </mxGeometry>
        </mxCell>
        <mxCell id="1icYn6jTHXc3_Vs5W4Qy-83" edge="1" parent="1" source="1icYn6jTHXc3_Vs5W4Qy-77" style="edgeStyle=orthogonalEdgeStyle;rounded=0;orthogonalLoop=1;jettySize=auto;html=1;exitX=1;exitY=0.5;exitDx=0;exitDy=0;entryX=0;entryY=0.5;entryDx=0;entryDy=0;fillColor=#d5e8d4;strokeColor=#82b366;" target="1icYn6jTHXc3_Vs5W4Qy-53">
          <mxGeometry relative="1" as="geometry">
            <Array as="points">
              <mxPoint x="160" y="740" />
              <mxPoint x="160" y="700" />
              <mxPoint x="80" y="700" />
              <mxPoint x="80" y="420" />
            </Array>
          </mxGeometry>
        </mxCell>
        <mxCell id="1icYn6jTHXc3_Vs5W4Qy-84" edge="1" parent="1" source="1icYn6jTHXc3_Vs5W4Qy-77" style="edgeStyle=orthogonalEdgeStyle;rounded=0;orthogonalLoop=1;jettySize=auto;html=1;exitX=1;exitY=0.5;exitDx=0;exitDy=0;entryX=0;entryY=0.75;entryDx=0;entryDy=0;fillColor=#d5e8d4;strokeColor=#82b366;" target="1icYn6jTHXc3_Vs5W4Qy-49">
          <mxGeometry relative="1" as="geometry">
            <Array as="points">
              <mxPoint x="160" y="740" />
              <mxPoint x="160" y="700" />
              <mxPoint x="80" y="700" />
              <mxPoint x="80" y="360" />
              <mxPoint x="40" y="360" />
              <mxPoint x="40" y="330" />
            </Array>
          </mxGeometry>
        </mxCell>
        <mxCell id="1icYn6jTHXc3_Vs5W4Qy-86" edge="1" parent="1" source="1icYn6jTHXc3_Vs5W4Qy-77" style="edgeStyle=orthogonalEdgeStyle;rounded=0;orthogonalLoop=1;jettySize=auto;html=1;exitX=1;exitY=0.5;exitDx=0;exitDy=0;entryX=0.5;entryY=1;entryDx=0;entryDy=0;fillColor=#d5e8d4;strokeColor=#82b366;" target="1icYn6jTHXc3_Vs5W4Qy-85">
          <mxGeometry relative="1" as="geometry">
            <Array as="points">
              <mxPoint x="160" y="740" />
              <mxPoint x="160" y="705" />
            </Array>
          </mxGeometry>
        </mxCell>
        <mxCell id="1icYn6jTHXc3_Vs5W4Qy-88" edge="1" parent="1" source="1icYn6jTHXc3_Vs5W4Qy-77" style="edgeStyle=orthogonalEdgeStyle;rounded=0;orthogonalLoop=1;jettySize=auto;html=1;entryX=0.5;entryY=1;entryDx=0;entryDy=0;fillColor=#d5e8d4;strokeColor=#82b366;" target="1icYn6jTHXc3_Vs5W4Qy-36">
          <mxGeometry relative="1" as="geometry">
            <Array as="points">
              <mxPoint x="280" y="740" />
              <mxPoint x="280" y="260" />
              <mxPoint x="510" y="260" />
            </Array>
            <mxPoint x="280" y="270" as="targetPoint" />
          </mxGeometry>
        </mxCell>
        <mxCell id="1icYn6jTHXc3_Vs5W4Qy-77" parent="1" style="whiteSpace=wrap;html=1;aspect=fixed;fillColor=#d5e8d4;strokeColor=#82b366;" value="ACC" vertex="1">
          <mxGeometry height="40" width="40" x="99.97" y="720" as="geometry" />
        </mxCell>
        <mxCell id="1icYn6jTHXc3_Vs5W4Qy-78" parent="1" style="shape=offPageConnector;whiteSpace=wrap;html=1;rotation=90;fillColor=#d5e8d4;strokeColor=#82b366;" value="IO&lt;div&gt;ad&lt;/div&gt;" vertex="1">
          <mxGeometry height="30" width="20" x="200" y="645" as="geometry" />
        </mxCell>
        <mxCell id="1icYn6jTHXc3_Vs5W4Qy-85" parent="1" style="shape=offPageConnector;whiteSpace=wrap;html=1;rotation=90;fillColor=#d5e8d4;strokeColor=#82b366;" value="IO&lt;div&gt;out&lt;/div&gt;" vertex="1">
          <mxGeometry height="30" width="20" x="200" y="690" as="geometry" />
        </mxCell>
        <mxCell id="1icYn6jTHXc3_Vs5W4Qy-96" edge="1" parent="1" source="1icYn6jTHXc3_Vs5W4Qy-89" style="edgeStyle=orthogonalEdgeStyle;rounded=0;orthogonalLoop=1;jettySize=auto;html=1;exitX=1;exitY=0.5;exitDx=0;exitDy=0;entryX=0.75;entryY=0;entryDx=0;entryDy=0;fillColor=#d5e8d4;strokeColor=#82b366;" target="1icYn6jTHXc3_Vs5W4Qy-76">
          <mxGeometry relative="1" as="geometry" />
        </mxCell>
        <mxCell id="1icYn6jTHXc3_Vs5W4Qy-89" parent="1" style="triangle;whiteSpace=wrap;html=1;fillColor=#d5e8d4;strokeColor=#82b366;" value="" vertex="1">
          <mxGeometry height="40" width="20" x="319.97" y="330" as="geometry" />
        </mxCell>
        <mxCell id="1icYn6jTHXc3_Vs5W4Qy-97" edge="1" parent="1" source="1icYn6jTHXc3_Vs5W4Qy-77" style="edgeStyle=orthogonalEdgeStyle;rounded=0;orthogonalLoop=1;jettySize=auto;html=1;exitX=1;exitY=0.5;exitDx=0;exitDy=0;entryX=0.25;entryY=0;entryDx=0;entryDy=0;fillColor=#d5e8d4;strokeColor=#82b366;" target="1icYn6jTHXc3_Vs5W4Qy-76">
          <mxGeometry relative="1" as="geometry">
            <Array as="points">
              <mxPoint x="280" y="740" />
              <mxPoint x="280" y="530" />
              <mxPoint x="340" y="530" />
              <mxPoint x="340" y="390" />
            </Array>
          </mxGeometry>
        </mxCell>
        <mxCell id="1icYn6jTHXc3_Vs5W4Qy-99" edge="1" parent="1" source="1icYn6jTHXc3_Vs5W4Qy-98" style="edgeStyle=orthogonalEdgeStyle;rounded=0;orthogonalLoop=1;jettySize=auto;html=1;exitX=0;exitY=0.5;exitDx=0;exitDy=0;entryX=1;entryY=0.25;entryDx=0;entryDy=0;fillColor=#f8cecc;strokeColor=#b85450;" target="1icYn6jTHXc3_Vs5W4Qy-76">
          <mxGeometry relative="1" as="geometry" />
        </mxCell>
        <mxCell id="1icYn6jTHXc3_Vs5W4Qy-103" edge="1" parent="1" source="1icYn6jTHXc3_Vs5W4Qy-98" style="edgeStyle=orthogonalEdgeStyle;rounded=0;orthogonalLoop=1;jettySize=auto;html=1;entryX=0.375;entryY=1;entryDx=0;entryDy=0;" target="1icYn6jTHXc3_Vs5W4Qy-40">
          <mxGeometry relative="1" as="geometry">
            <Array as="points">
              <mxPoint x="400" y="280" />
              <mxPoint x="765" y="280" />
            </Array>
            <mxPoint x="510" y="230" as="targetPoint" />
          </mxGeometry>
        </mxCell>
        <mxCell id="1icYn6jTHXc3_Vs5W4Qy-98" parent="1" style="whiteSpace=wrap;html=1;aspect=fixed;fillColor=#f8cecc;strokeColor=#b85450;" value="C" vertex="1">
          <mxGeometry height="20" width="20" x="389.97" y="290" as="geometry" />
        </mxCell>
        <mxCell id="1icYn6jTHXc3_Vs5W4Qy-108" parent="1" style="shape=offPageConnector;whiteSpace=wrap;html=1;rotation=0;fillColor=#d5e8d4;strokeColor=#82b366;" value="PQ" vertex="1">
          <mxGeometry height="30" width="20" x="210" y="300" as="geometry" />
        </mxCell>
-         <mxCell id="RSVoAMM-YCQZnjBwv_DF-5" parent="1" style="triangle;whiteSpace=wrap;html=1;rotation=-90;" value="" vertex="1">
+         <mxCell id="RSVoAMM-YCQZnjBwv_DF-5" parent="1" style="triangle;whiteSpace=wrap;html=1;rotation=-90;fillColor=#e1d5e7;strokeColor=#9673a6;" value="" vertex="1">
          <mxGeometry height="40" width="20" x="70.12" y="149.97" as="geometry" />
        </mxCell>
        <mxCell id="RSVoAMM-YCQZnjBwv_DF-22" edge="1" parent="1" source="RSVoAMM-YCQZnjBwv_DF-9" style="edgeStyle=orthogonalEdgeStyle;rounded=0;orthogonalLoop=1;jettySize=auto;html=1;entryX=0;entryY=0.25;entryDx=0;entryDy=0;fillColor=#f8cecc;strokeColor=#b85450;" target="RSVoAMM-YCQZnjBwv_DF-21">
          <mxGeometry relative="1" as="geometry" />
        </mxCell>
        <mxCell id="RSVoAMM-YCQZnjBwv_DF-9" parent="1" style="shape=offPageConnector;whiteSpace=wrap;html=1;rotation=-90;fillColor=#f8cecc;strokeColor=#b85450;" value="+" vertex="1">
          <mxGeometry height="40" width="40" x="640" y="345" as="geometry" />
        </mxCell>
        <mxCell id="RSVoAMM-YCQZnjBwv_DF-28" edge="1" parent="1" source="RSVoAMM-YCQZnjBwv_DF-10" style="edgeStyle=orthogonalEdgeStyle;rounded=0;orthogonalLoop=1;jettySize=auto;html=1;entryX=0;entryY=0.75;entryDx=0;entryDy=0;fillColor=#f8cecc;strokeColor=#b85450;" target="RSVoAMM-YCQZnjBwv_DF-27">
          <mxGeometry relative="1" as="geometry" />
        </mxCell>
        <mxCell id="RSVoAMM-YCQZnjBwv_DF-10" parent="1" style="shape=offPageConnector;whiteSpace=wrap;html=1;rotation=-90;fillColor=#f8cecc;strokeColor=#b85450;" value="BW" vertex="1">
          <mxGeometry height="40" width="40" x="600" y="415" as="geometry" />
        </mxCell>
        <mxCell id="RSVoAMM-YCQZnjBwv_DF-12" edge="1" parent="1" source="RSVoAMM-YCQZnjBwv_DF-11" style="edgeStyle=orthogonalEdgeStyle;rounded=0;orthogonalLoop=1;jettySize=auto;html=1;entryX=0.75;entryY=0;entryDx=0;entryDy=0;fillColor=#f8cecc;strokeColor=#b85450;" target="RSVoAMM-YCQZnjBwv_DF-9">
          <mxGeometry relative="1" as="geometry">
            <Array as="points">
              <mxPoint x="580" y="340" />
              <mxPoint x="580" y="355" />
            </Array>
          </mxGeometry>
        </mxCell>
        <mxCell id="RSVoAMM-YCQZnjBwv_DF-13" edge="1" parent="1" source="RSVoAMM-YCQZnjBwv_DF-11" style="edgeStyle=orthogonalEdgeStyle;rounded=0;orthogonalLoop=1;jettySize=auto;html=1;exitX=0.5;exitY=1;exitDx=0;exitDy=0;entryX=0.75;entryY=0;entryDx=0;entryDy=0;fillColor=#f8cecc;strokeColor=#b85450;" target="RSVoAMM-YCQZnjBwv_DF-10">
          <mxGeometry relative="1" as="geometry">
            <Array as="points">
              <mxPoint x="580" y="340" />
              <mxPoint x="580" y="425" />
            </Array>
          </mxGeometry>
        </mxCell>
        <mxCell id="RSVoAMM-YCQZnjBwv_DF-24" edge="1" parent="1" source="RSVoAMM-YCQZnjBwv_DF-11" style="edgeStyle=orthogonalEdgeStyle;rounded=0;orthogonalLoop=1;jettySize=auto;html=1;entryX=0;entryY=0.25;entryDx=0;entryDy=0;fillColor=#f8cecc;strokeColor=#b85450;" target="RSVoAMM-YCQZnjBwv_DF-23">
          <mxGeometry relative="1" as="geometry">
            <Array as="points">
              <mxPoint x="580" y="340" />
              <mxPoint x="580" y="510" />
            </Array>
          </mxGeometry>
        </mxCell>
        <mxCell id="RSVoAMM-YCQZnjBwv_DF-25" edge="1" parent="1" source="RSVoAMM-YCQZnjBwv_DF-11" style="edgeStyle=orthogonalEdgeStyle;rounded=0;orthogonalLoop=1;jettySize=auto;html=1;entryX=0;entryY=0.75;entryDx=0;entryDy=0;fillColor=#f8cecc;strokeColor=#b85450;" target="RSVoAMM-YCQZnjBwv_DF-23">
          <mxGeometry relative="1" as="geometry">
            <Array as="points">
              <mxPoint x="580" y="340" />
              <mxPoint x="580" y="530" />
            </Array>
          </mxGeometry>
        </mxCell>
        <mxCell id="RSVoAMM-YCQZnjBwv_DF-30" edge="1" parent="1" source="RSVoAMM-YCQZnjBwv_DF-11" style="edgeStyle=orthogonalEdgeStyle;rounded=0;orthogonalLoop=1;jettySize=auto;html=1;entryX=0.5;entryY=0;entryDx=0;entryDy=0;fillColor=#f8cecc;strokeColor=#b85450;" target="RSVoAMM-YCQZnjBwv_DF-20">
          <mxGeometry relative="1" as="geometry">
            <Array as="points">
              <mxPoint x="580" y="340" />
              <mxPoint x="580" y="475" />
            </Array>
          </mxGeometry>
        </mxCell>
        <mxCell id="RSVoAMM-YCQZnjBwv_DF-11" parent="1" style="shape=offPageConnector;whiteSpace=wrap;html=1;rotation=-90;fillColor=#f8cecc;strokeColor=#b85450;" value="A" vertex="1">
          <mxGeometry height="30" width="20" x="509.97" y="325" as="geometry" />
        </mxCell>
        <mxCell id="RSVoAMM-YCQZnjBwv_DF-14" parent="1" style="shape=offPageConnector;whiteSpace=wrap;html=1;rotation=-90;fillColor=#f8cecc;strokeColor=#b85450;" value="-" vertex="1">
          <mxGeometry height="40" width="20" x="610" y="355" as="geometry" />
        </mxCell>
        <mxCell id="RSVoAMM-YCQZnjBwv_DF-16" edge="1" parent="1" source="RSVoAMM-YCQZnjBwv_DF-15" style="edgeStyle=orthogonalEdgeStyle;rounded=0;orthogonalLoop=1;jettySize=auto;html=1;entryX=0.25;entryY=0;entryDx=0;entryDy=0;fillColor=#f8cecc;strokeColor=#b85450;" target="RSVoAMM-YCQZnjBwv_DF-10">
          <mxGeometry relative="1" as="geometry">
            <Array as="points">
              <mxPoint x="560" y="490" />
              <mxPoint x="560" y="445" />
            </Array>
          </mxGeometry>
        </mxCell>
        <mxCell id="RSVoAMM-YCQZnjBwv_DF-17" edge="1" parent="1" source="RSVoAMM-YCQZnjBwv_DF-15" style="edgeStyle=orthogonalEdgeStyle;rounded=0;orthogonalLoop=1;jettySize=auto;html=1;entryX=0.5;entryY=0;entryDx=0;entryDy=0;fillColor=#f8cecc;strokeColor=#b85450;" target="RSVoAMM-YCQZnjBwv_DF-14">
          <mxGeometry relative="1" as="geometry">
            <Array as="points">
              <mxPoint x="560" y="490" />
              <mxPoint x="560" y="375" />
            </Array>
          </mxGeometry>
        </mxCell>
        <mxCell id="RSVoAMM-YCQZnjBwv_DF-15" parent="1" style="shape=offPageConnector;whiteSpace=wrap;html=1;rotation=-90;fillColor=#f8cecc;strokeColor=#b85450;" value="B" vertex="1">
          <mxGeometry height="30" width="20" x="509.97" y="475" as="geometry" />
        </mxCell>
        <mxCell id="RSVoAMM-YCQZnjBwv_DF-19" edge="1" parent="1" source="RSVoAMM-YCQZnjBwv_DF-18" style="edgeStyle=orthogonalEdgeStyle;rounded=0;orthogonalLoop=1;jettySize=auto;html=1;entryX=1;entryY=0.25;entryDx=0;entryDy=0;fillColor=#f8cecc;strokeColor=#b85450;" target="RSVoAMM-YCQZnjBwv_DF-10">
          <mxGeometry relative="1" as="geometry">
            <Array as="points">
              <mxPoint x="610" y="400" />
            </Array>
          </mxGeometry>
        </mxCell>
-         <mxCell id="RSVoAMM-YCQZnjBwv_DF-18" parent="1" style="shape=offPageConnector;whiteSpace=wrap;html=1;rotation=-90;" value="Poll" vertex="1">
+         <mxCell id="RSVoAMM-YCQZnjBwv_DF-18" parent="1" style="shape=offPageConnector;whiteSpace=wrap;html=1;rotation=-90;fillColor=#f8cecc;strokeColor=#b85450;" value="Poll" vertex="1">
          <mxGeometry height="30" width="20" x="509.97" y="385" as="geometry" />
        </mxCell>
        <mxCell id="RSVoAMM-YCQZnjBwv_DF-29" edge="1" parent="1" source="RSVoAMM-YCQZnjBwv_DF-20" style="edgeStyle=orthogonalEdgeStyle;rounded=0;orthogonalLoop=1;jettySize=auto;html=1;entryX=0;entryY=0.75;entryDx=0;entryDy=0;fillColor=#f8cecc;strokeColor=#b85450;" target="RSVoAMM-YCQZnjBwv_DF-27">
          <mxGeometry relative="1" as="geometry">
            <Array as="points">
              <mxPoint x="660" y="475" />
              <mxPoint x="660" y="435" />
            </Array>
            <mxPoint x="740" y="435" as="targetPoint" />
          </mxGeometry>
        </mxCell>
        <mxCell id="RSVoAMM-YCQZnjBwv_DF-20" parent="1" style="shape=offPageConnector;whiteSpace=wrap;html=1;rotation=-90;fillColor=#f8cecc;strokeColor=#b85450;" value="CMP" vertex="1">
          <mxGeometry height="40" width="20" x="610" y="455" as="geometry" />
        </mxCell>
        <mxCell id="RSVoAMM-YCQZnjBwv_DF-31" edge="1" parent="1" source="RSVoAMM-YCQZnjBwv_DF-21" style="edgeStyle=orthogonalEdgeStyle;rounded=0;orthogonalLoop=1;jettySize=auto;html=1;entryX=0;entryY=0.25;entryDx=0;entryDy=0;fillColor=#f8cecc;strokeColor=#b85450;" target="RSVoAMM-YCQZnjBwv_DF-27">
          <mxGeometry relative="1" as="geometry">
            <Array as="points">
              <mxPoint x="730" y="375" />
              <mxPoint x="730" y="415" />
            </Array>
          </mxGeometry>
        </mxCell>
        <mxCell id="RSVoAMM-YCQZnjBwv_DF-21" parent="1" style="triangle;whiteSpace=wrap;html=1;fillColor=#f8cecc;strokeColor=#b85450;" value="" vertex="1">
          <mxGeometry height="40" width="20" x="700" y="355" as="geometry" />
        </mxCell>
        <mxCell id="RSVoAMM-YCQZnjBwv_DF-26" edge="1" parent="1" source="RSVoAMM-YCQZnjBwv_DF-23" style="edgeStyle=orthogonalEdgeStyle;rounded=0;orthogonalLoop=1;jettySize=auto;html=1;entryX=0;entryY=0.75;entryDx=0;entryDy=0;fillColor=#f8cecc;strokeColor=#b85450;" target="RSVoAMM-YCQZnjBwv_DF-21">
          <mxGeometry relative="1" as="geometry">
            <Array as="points">
              <mxPoint x="680" y="520" />
              <mxPoint x="680" y="385" />
            </Array>
          </mxGeometry>
        </mxCell>
        <mxCell id="RSVoAMM-YCQZnjBwv_DF-23" parent="1" style="triangle;whiteSpace=wrap;html=1;fillColor=#f8cecc;strokeColor=#b85450;" value="" vertex="1">
          <mxGeometry height="40" width="20" x="610" y="500" as="geometry" />
        </mxCell>
        <mxCell id="RSVoAMM-YCQZnjBwv_DF-33" edge="1" parent="1" source="RSVoAMM-YCQZnjBwv_DF-27" style="edgeStyle=orthogonalEdgeStyle;rounded=0;orthogonalLoop=1;jettySize=auto;html=1;entryX=0.5;entryY=1;entryDx=0;entryDy=0;fillColor=#f8cecc;strokeColor=#b85450;" target="RSVoAMM-YCQZnjBwv_DF-32">
          <mxGeometry relative="1" as="geometry" />
        </mxCell>
        <mxCell id="RSVoAMM-YCQZnjBwv_DF-27" parent="1" style="triangle;whiteSpace=wrap;html=1;fillColor=#f8cecc;strokeColor=#b85450;" value="" vertex="1">
          <mxGeometry height="40" width="20" x="750" y="405" as="geometry" />
        </mxCell>
        <mxCell id="RSVoAMM-YCQZnjBwv_DF-32" parent="1" style="shape=offPageConnector;whiteSpace=wrap;html=1;rotation=90;size=0.5;fillColor=#f8cecc;strokeColor=#b85450;" value="Q" vertex="1">
          <mxGeometry height="30" width="20" x="790" y="410" as="geometry" />
        </mxCell>
        <mxCell id="-Gi4aZ1G2hrnsYfgi-0J-6" parent="1" style="triangle;whiteSpace=wrap;html=1;rotation=0;fillColor=#e1d5e7;strokeColor=#9673a6;" value="" vertex="1">
          <mxGeometry height="70" width="20" x="239.97" y="54.97" as="geometry" />
        </mxCell>
      </root>
    </mxGraphModel>
  </diagram>
</mxfile>
